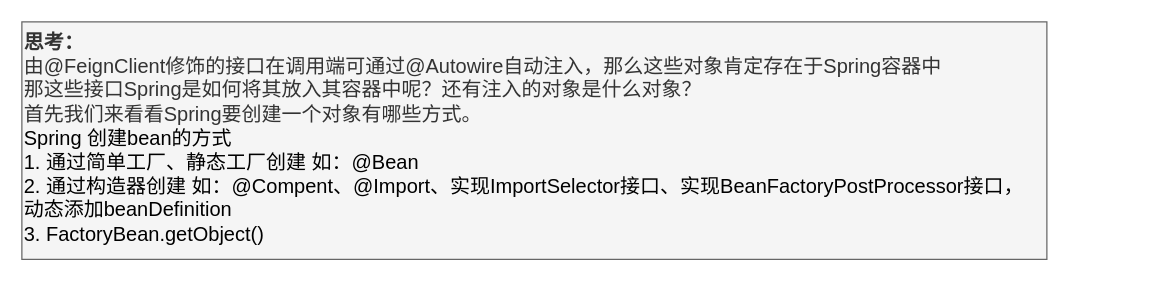
Above: openFeign.drawio in hlcgithub/draw (draw.io), before the change. Source tidied: cells renumbered, new cells numbered last; positions are measured from the earlier drawing's top-left corner, leaving out a move shared by most shapes. Both pictures are drawn from the tidied source at 125%, with x=0, y=0 at pixel (21, 21).
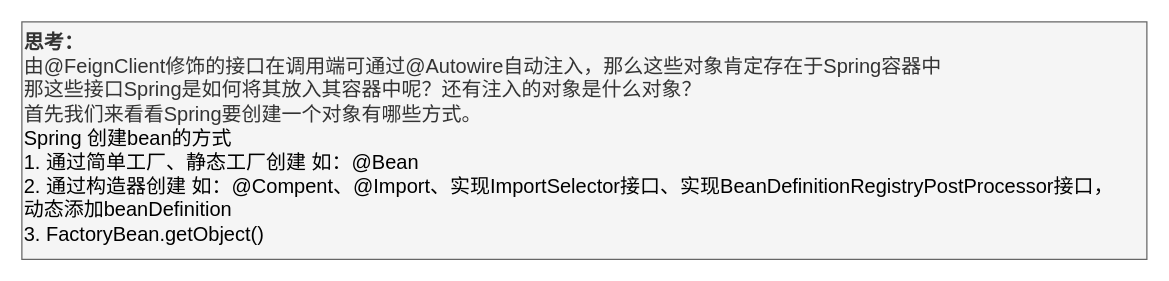
After the change.

Diff of the diagram source:
```diff
@@
 <mxGraphModel>
   <root>
     <mxCell id="0" />
     <mxCell id="1" parent="0" />
-    <mxCell id="2" value="&lt;div&gt;&lt;b&gt;思考：&lt;/b&gt;&lt;/div&gt;由@FeignClient修饰的接口在调用端可通过@Autowire自动注入，那么这些对象肯定存在于Spring容器中&lt;div&gt;那这些接口Spring是如何将其放入其容器中呢？还有注入的对象是什么对象？&lt;/div&gt;&lt;div&gt;首先我们来看看Spring要创建一个对象有哪些方式。&lt;/div&gt;&lt;div&gt;&lt;span style=&quot;color: rgb(0, 0, 0);&quot;&gt;Spring 创建bean的方式&lt;/span&gt;&lt;div style=&quot;color: rgb(0, 0, 0);&quot;&gt;1. 通过简单工厂、静态工厂创建 如：&lt;span style=&quot;background-color: transparent;&quot;&gt;@Bean&lt;/span&gt;&lt;/div&gt;&lt;div style=&quot;color: rgb(0, 0, 0);&quot;&gt;2. 通过构造器创建 如：@Compent、@Import、实现ImportSelector接口、&lt;span style=&quot;background-color: transparent;&quot;&gt;实现BeanFactoryPostProcessor接口，&lt;/span&gt;&lt;/div&gt;&lt;div style=&quot;color: rgb(0, 0, 0);&quot;&gt;&lt;span style=&quot;background-color: transparent;&quot;&gt;动态添加beanDefinition&lt;/span&gt;&lt;/div&gt;&lt;div style=&quot;color: rgb(0, 0, 0);&quot;&gt;3. FactoryBean.getObject()&lt;br&gt;&lt;/div&gt;&lt;/div&gt;" style="text;html=1;align=left;verticalAlign=top;strokeColor=#666666;fillColor=#f5f5f5;fontSize=16;fontColor=#333333;" parent="1" vertex="1">
-      <mxGeometry width="820" height="190" as="geometry" />
+    <mxCell id="2" value="&lt;div&gt;&lt;b&gt;思考：&lt;/b&gt;&lt;/div&gt;由@FeignClient修饰的接口在调用端可通过@Autowire自动注入，那么这些对象肯定存在于Spring容器中&lt;div&gt;那这些接口Spring是如何将其放入其容器中呢？还有注入的对象是什么对象？&lt;/div&gt;&lt;div&gt;首先我们来看看Spring要创建一个对象有哪些方式。&lt;/div&gt;&lt;div&gt;&lt;span style=&quot;color: rgb(0, 0, 0);&quot;&gt;Spring 创建bean的方式&lt;/span&gt;&lt;div style=&quot;color: rgb(0, 0, 0);&quot;&gt;1. 通过简单工厂、静态工厂创建 如：&lt;span style=&quot;background-color: transparent;&quot;&gt;@Bean&lt;/span&gt;&lt;/div&gt;&lt;div style=&quot;color: rgb(0, 0, 0);&quot;&gt;2. 通过构造器创建 如：@Compent、@Import、实现ImportSelector接口、&lt;span style=&quot;background-color: transparent;&quot;&gt;实现BeanDefinitionRegistryPostProcessor接口，&lt;/span&gt;&lt;/div&gt;&lt;div style=&quot;color: rgb(0, 0, 0);&quot;&gt;&lt;span style=&quot;background-color: transparent;&quot;&gt;动态添加beanDefinition&lt;/span&gt;&lt;/div&gt;&lt;div style=&quot;color: rgb(0, 0, 0);&quot;&gt;3. FactoryBean.getObject()&lt;br&gt;&lt;/div&gt;&lt;/div&gt;" style="text;html=1;align=left;verticalAlign=top;strokeColor=#666666;fillColor=#f5f5f5;fontSize=16;fontColor=#333333;" parent="1" vertex="1">
+      <mxGeometry width="900" height="190" as="geometry" />
     </mxCell>
   </root>
 </mxGraphModel>
```
